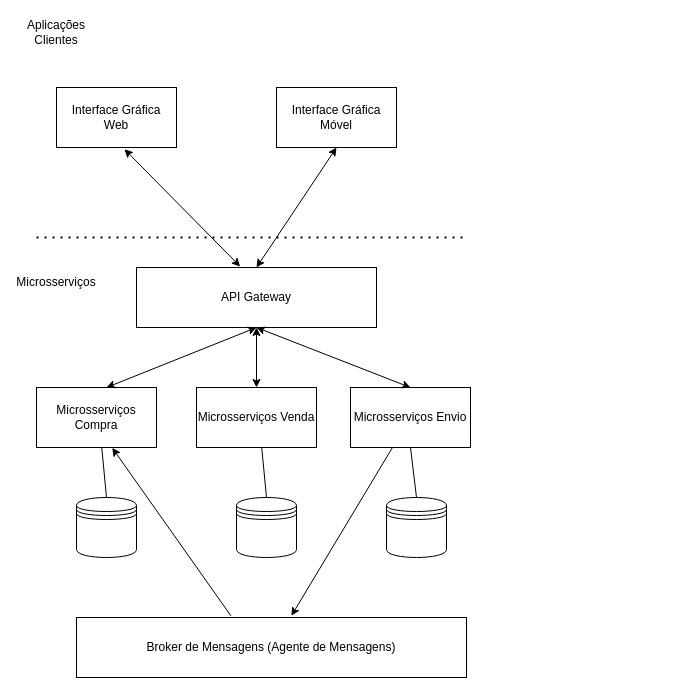
The draw.io diagram Diagrama microsservicos.drawio in sanychiquetti/mba-qualidade-software, before the edit. Source tidied: cells renumbered, new cells numbered last; positions are measured from the earlier drawing's top-left corner, leaving out a move shared by most shapes. Both pictures are drawn from the tidied source at 100%, with x=0, y=0 at pixel (26, 17).
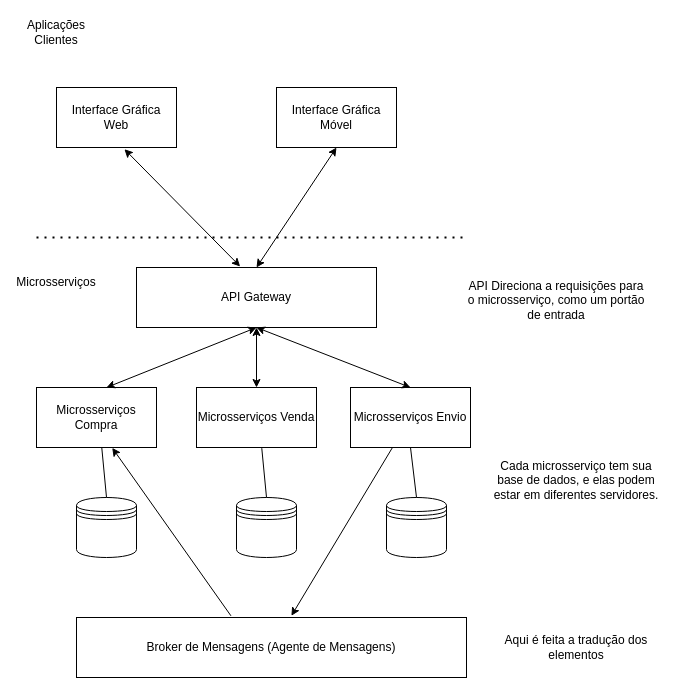
The same page after the edit.

The edit, as a diff of the source:
```diff
@@
+    <mxCell id="25" value="API Direciona a requisições para o microsserviço, como um portão de entrada&lt;br&gt;" style="text;html=1;strokeColor=none;fillColor=none;align=center;verticalAlign=middle;whiteSpace=wrap;rounded=0;" parent="1" vertex="1">
+      <mxGeometry x="440" y="265" width="180" height="35" as="geometry" />
+    </mxCell>
+    <mxCell id="26" value="Cada microsserviço tem sua base de dados, e elas podem estar em diferentes servidores.&lt;br&gt;" style="text;html=1;strokeColor=none;fillColor=none;align=center;verticalAlign=middle;whiteSpace=wrap;rounded=0;" parent="1" vertex="1">
+      <mxGeometry x="460" y="445" width="180" height="35" as="geometry" />
+    </mxCell>
+    <mxCell id="27" value="Aqui é feita a tradução dos elementos" style="text;html=1;strokeColor=none;fillColor=none;align=center;verticalAlign=middle;whiteSpace=wrap;rounded=0;" parent="1" vertex="1">
+      <mxGeometry x="460" y="612.5" width="180" height="35" as="geometry" />
+    </mxCell>
```
